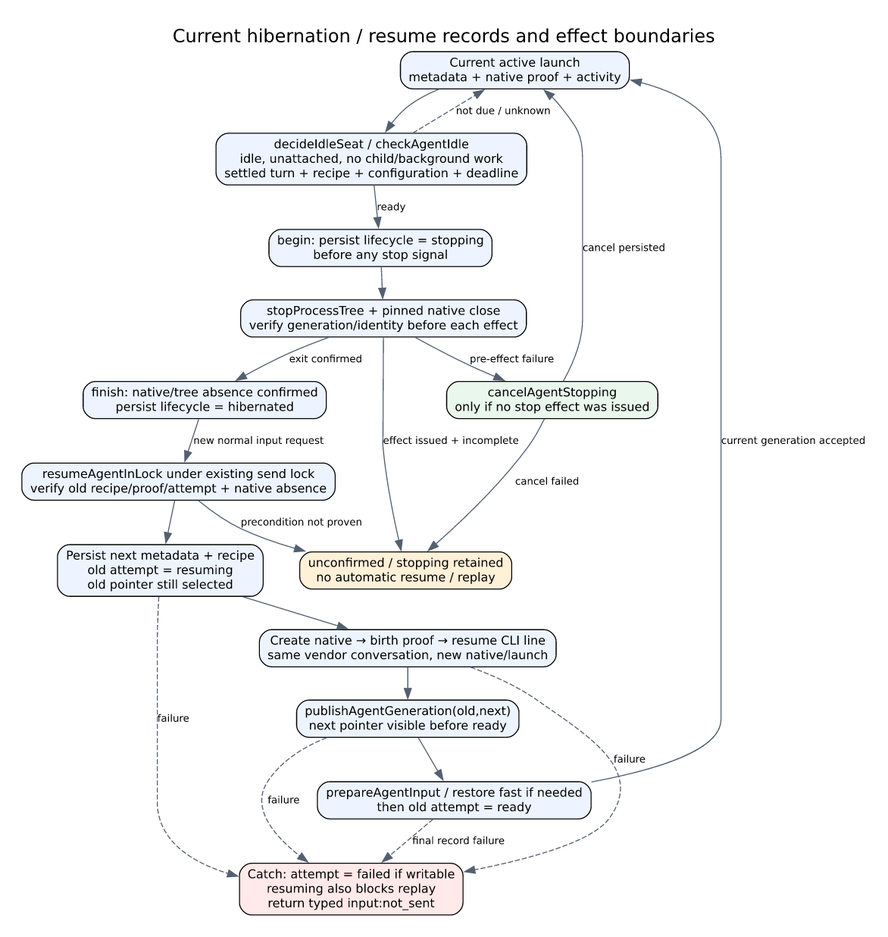
Above: docs/architecture/lifecycle-states.png in kitepon/aiterm-mcp (Graphviz), before the change. Its source is kept beside it as docs/architecture/lifecycle-states.dot. Its diagram source:
```dot
digraph lifecycle {
 graph [rankdir=TB,bgcolor="white",pad=0.3,nodesep=0.5,ranksep=0.45,label="Current hibernation / resume records and effect boundaries",labelloc=t,fontname="DejaVu Sans",fontsize=18];
 node [shape=box,style="rounded,filled",fillcolor="#edf4ff",fontname="DejaVu Sans",fontsize=12];
 edge [fontname="DejaVu Sans",fontsize=10,color="#536070"];
 active [label="Current active launch\nmetadata + native proof + activity"];
 eligible [label="decideIdleSeat / checkAgentIdle\nidle, unattached, no child/background work\nsettled turn + recipe + configuration + deadline"];
 stopping [label="begin: persist lifecycle = stopping\nbefore any stop signal"];
 effect [label="stopProcessTree + pinned native close\nverify generation/identity before each effect"];
 rollback [label="cancelAgentStopping\nonly if no stop effect was issued",fillcolor="#eaf7ed"];
 unknown [label="unconfirmed / stopping retained\nno automatic resume / replay",fillcolor="#fff0d8"];
 asleep [label="finish: native/tree absence confirmed\npersist lifecycle = hibernated"];
 resume [label="resumeAgentInLock under existing send lock\nverify old recipe/proof/attempt + native absence"];
 staged [label="Persist next metadata + recipe\nold attempt = resuming\nold pointer still selected"];
 created [label="Create native → birth proof → resume CLI line\nsame vendor conversation, new native/launch"];
 published [label="publishAgentGeneration(old,next)\nnext pointer visible before ready"];
 ready [label="prepareAgentInput / restore fast if needed\nthen old attempt = ready"];
 failed [label="Catch: attempt = failed if writable\nresuming also blocks replay\nreturn typed input:not_sent",fillcolor="#ffe9e9"];
 active -> eligible;eligible -> active [label="not due / unknown",style=dashed];eligible -> stopping [label="ready"];stopping -> effect;
 effect -> asleep [label="exit confirmed"];effect -> rollback [label="pre-effect failure"];rollback -> active [label="cancel persisted"];rollback -> unknown [label="cancel failed"];effect -> unknown [label="effect issued + incomplete"];
 asleep -> resume [label="new normal input request"];resume -> staged;resume -> unknown [label="precondition not proven"];
 staged -> created;created -> published;published -> ready;ready -> active [label="current generation accepted"];
 staged -> failed [label="failure",style=dashed];created -> failed [label="failure",style=dashed];published -> failed [label="failure",style=dashed];ready -> failed [label="final record failure",style=dashed];
}
```
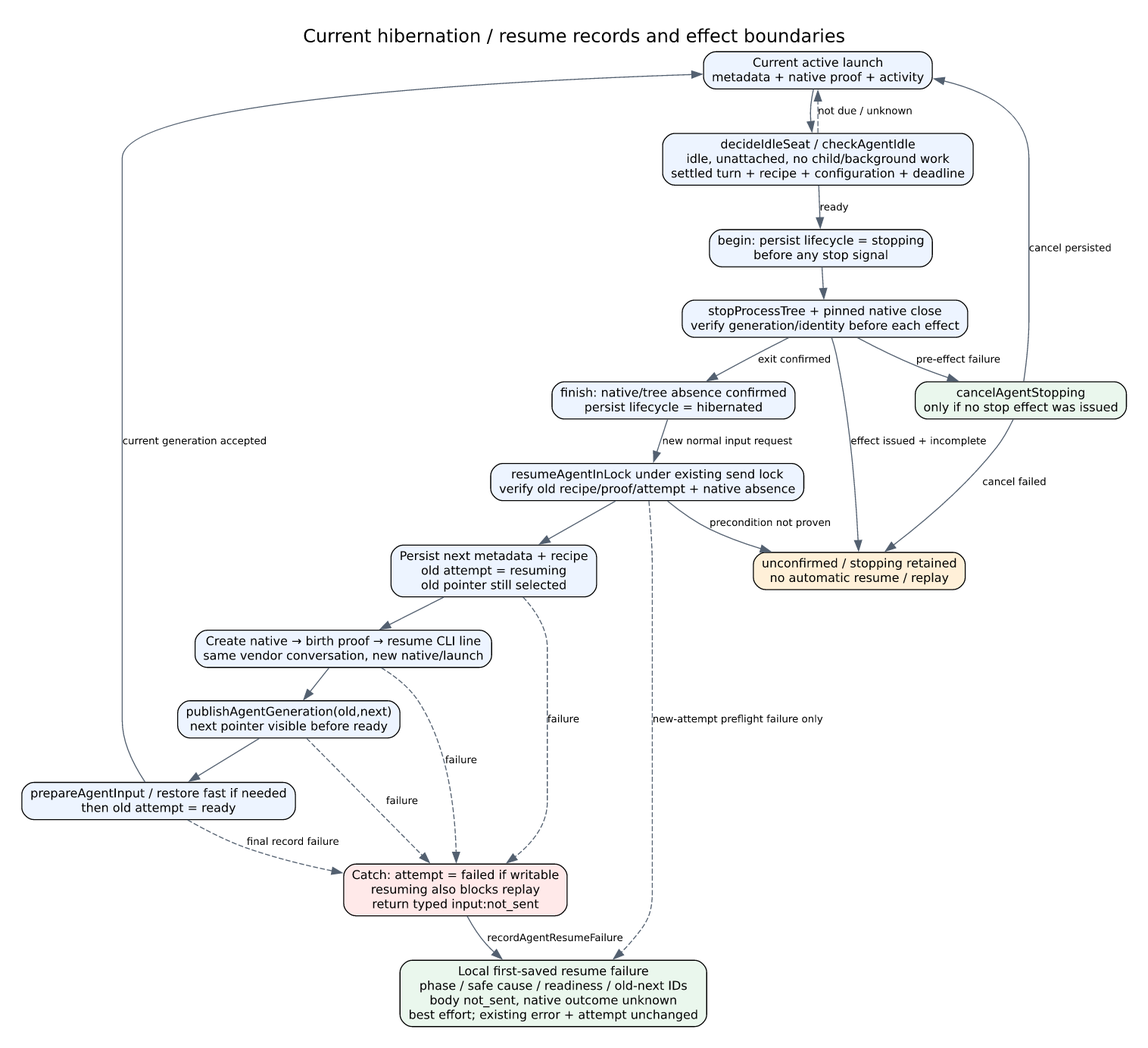
Above is the later version.

Change to the diagram source:
```diff
@@ -20,4 +20,7 @@
  asleep -> resume [label="new normal input request"];resume -> staged;resume -> unknown [label="precondition not proven"];
  staged -> created;created -> published;published -> ready;ready -> active [label="current generation accepted"];
  staged -> failed [label="failure",style=dashed];created -> failed [label="failure",style=dashed];published -> failed [label="failure",style=dashed];ready -> failed [label="final record failure",style=dashed];
+  failure_record [label="Local first-saved resume failure\nphase / safe cause / readiness / old-next IDs\nbody not_sent, native outcome unknown\nbest effort; existing error + attempt unchanged",fillcolor="#eaf7ed"];
+  failed -> failure_record [label="recordAgentResumeFailure"];
+  resume -> failure_record [label="new-attempt preflight failure only",style=dashed];
 }
```
